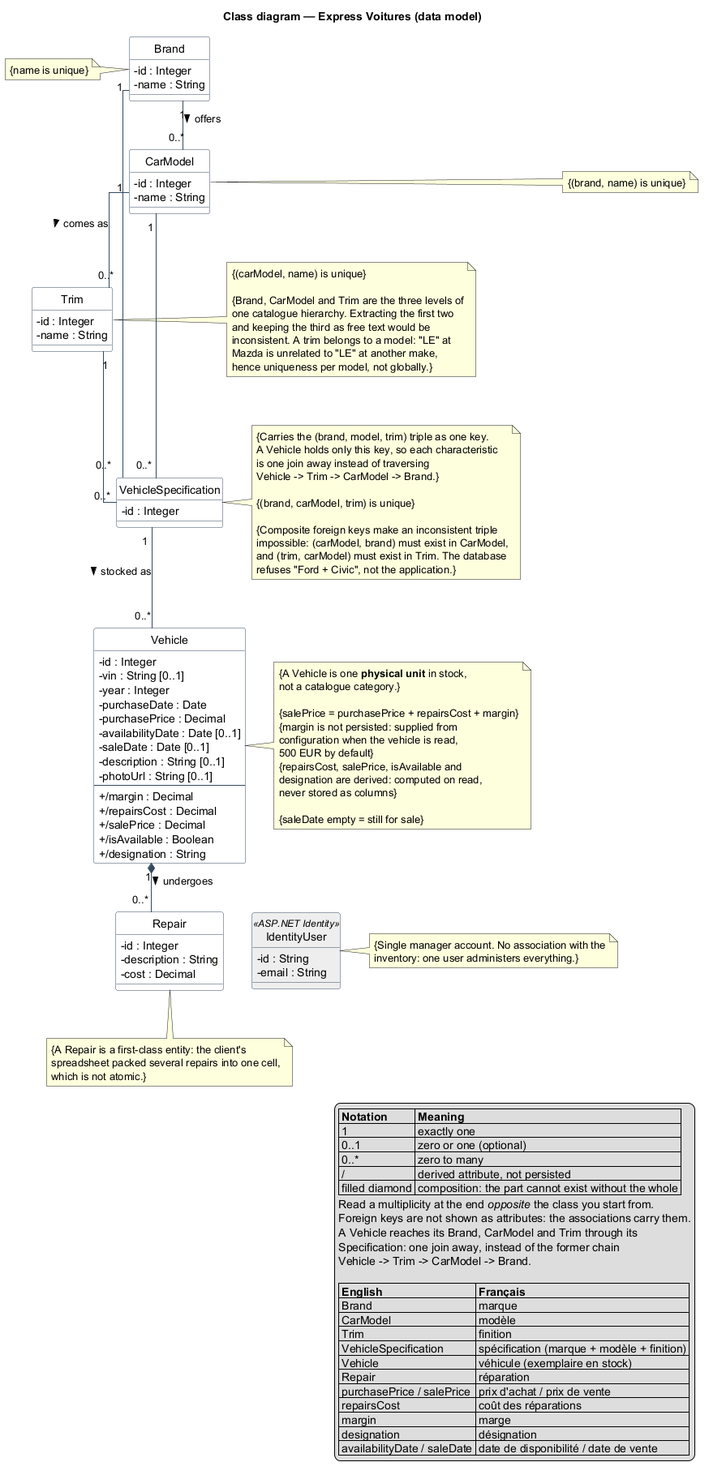
Before: docs/uml/data-model.png, a diagram exported from PlantUML (diasantoine/P5).
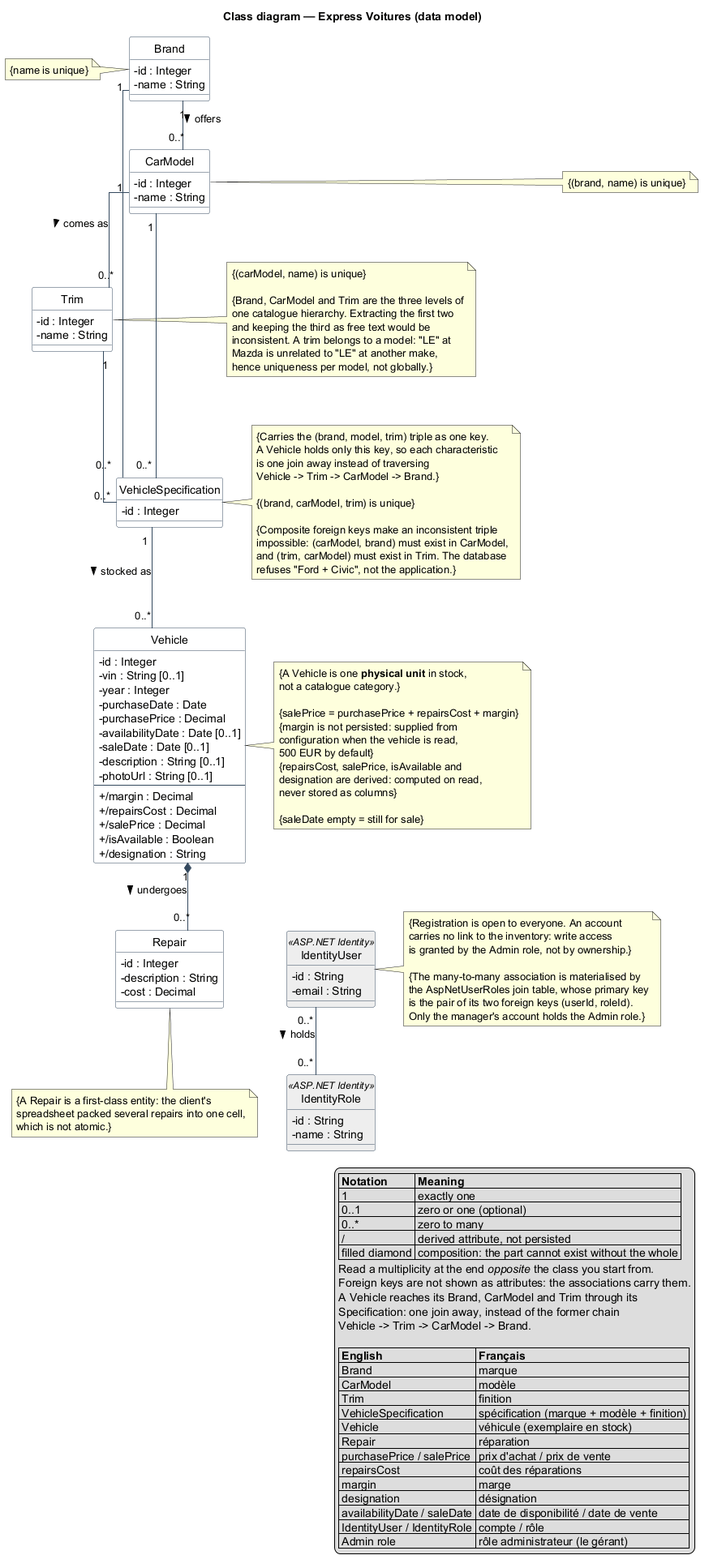
Later version of the same file.

Commit message:
Aligne les diagrammes UML sur le role Admin, le catalogue ouvert et le stockage des photos

The edit, as a diff of the source:
```diff
@@ -59,6 +59,11 @@
   -email : String
 }
 
+class IdentityRole <<ASP.NET Identity>> #EEEEEE {
+  -id : String
+  -name : String
+}
+
 note right of Vehicle
   {A Vehicle is one **physical unit** in stock,
   not a catalogue category.}
@@ -81,8 +86,14 @@
 end note
 
 note right of IdentityUser
-  {Single manager account. No association with the
-  inventory: one user administers everything.}
+  {Registration is open to everyone. An account
+  carries no link to the inventory: write access
+  is granted by the Admin role, not by ownership.}
+
+  {The many-to-many association is materialised by
+  the AspNetUserRoles join table, whose primary key
+  is the pair of its two foreign keys (userId, roleId).
+  Only the manager's account holds the Admin role.}
 end note
 
 note left of Trim
@@ -124,6 +135,7 @@
 VehicleSpecification -[hidden]down- Vehicle
 Vehicle -[hidden]down- Repair
 Repair -[hidden]right- IdentityUser
+IdentityUser -[hidden]down- IdentityRole
 
 Brand "1" -- "0..*" CarModel : offers >
 CarModel "1" -- "0..*" Trim : comes as >
@@ -132,6 +144,7 @@
 Trim "1" -- "0..*" VehicleSpecification
 VehicleSpecification "1" -- "0..*" Vehicle : stocked as >
 Vehicle "1" *-- "0..*" Repair : undergoes >
+IdentityUser "0..*" -- "0..*" IdentityRole : holds >
 
 legend bottom right
   |= Notation |= Meaning |
@@ -158,6 +171,8 @@
   | margin | marge |
   | designation | désignation |
   | availabilityDate / saleDate | date de disponibilité / date de vente |
+  | IdentityUser / IdentityRole | compte / rôle |
+  | Admin role | rôle administrateur (le gérant) |
 endlegend
 
 @enduml
```
